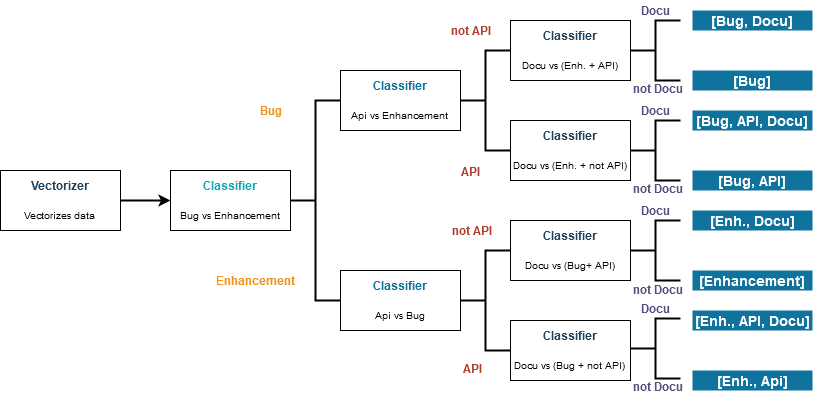
Above: treeLogic.png in T0B1K/IssueClassifier (draw.io), before the change. Source tidied: cells renumbered, new cells last; positions are measured from the earlier drawing's top-left corner, leaving out a move shared by most shapes.
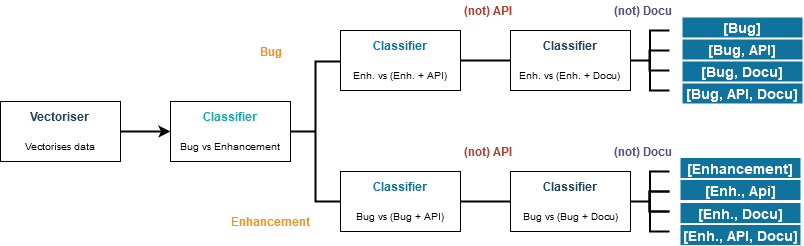
The same diagram one commit later.

What changed in the source:
```diff
@@ -3,118 +3,91 @@
     <mxCell id="0" />
     <mxCell id="1" parent="0" />
     <mxCell id="2" style="strokeWidth=2;html=1;shape=mxgraph.flowchart.annotation_2;align=left;labelPosition=right;" parent="1" vertex="1">
-      <mxGeometry x="290" y="100" width="50" height="200" as="geometry" />
+      <mxGeometry x="290" y="130" width="50" height="140" as="geometry" />
     </mxCell>
-    <mxCell id="3" value="&lt;font style=&quot;font-size: 10px&quot;&gt;&lt;font style=&quot;font-size: 12px&quot; color=&quot;#10739E&quot;&gt;&lt;b&gt;Classifier&lt;/b&gt;&lt;/font&gt;&lt;br&gt;&lt;br&gt;&lt;font size=&quot;1&quot;&gt;Api vs Enhancement&lt;/font&gt;&lt;br&gt;&lt;/font&gt;" style="whiteSpace=wrap;html=1;" parent="1" vertex="1">
-      <mxGeometry x="340" y="70" width="120" height="60" as="geometry" />
+    <mxCell id="3" value="&lt;font style=&quot;font-size: 10px&quot;&gt;&lt;font style=&quot;font-size: 12px&quot; color=&quot;#10739E&quot;&gt;&lt;b&gt;Classifier&lt;/b&gt;&lt;/font&gt;&lt;br&gt;&lt;br&gt;&lt;font size=&quot;1&quot;&gt;Enh. vs &lt;/font&gt;&lt;/font&gt;&lt;font style=&quot;font-size: 10px&quot;&gt;&lt;font size=&quot;1&quot;&gt;&lt;font style=&quot;font-size: 10px&quot;&gt;&lt;font size=&quot;1&quot;&gt;(Enh. + API)&lt;/font&gt;&lt;/font&gt;&lt;/font&gt;&lt;/font&gt;" style="whiteSpace=wrap;html=1;" parent="1" vertex="1">
+      <mxGeometry x="340" y="99" width="120" height="60" as="geometry" />
     </mxCell>
-    <mxCell id="4" value="&lt;font style=&quot;font-size: 10px&quot;&gt;&lt;font style=&quot;font-size: 12px&quot; color=&quot;#10739E&quot;&gt;&lt;b&gt;Classifier&lt;/b&gt;&lt;/font&gt;&lt;br&gt;&lt;br&gt;&lt;font size=&quot;1&quot;&gt;Api vs Bug&lt;/font&gt;&lt;br&gt;&lt;/font&gt;" style="whiteSpace=wrap;html=1;" parent="1" vertex="1">
-      <mxGeometry x="340" y="270" width="120" height="60" as="geometry" />
+    <mxCell id="4" value="&lt;font style=&quot;font-size: 10px&quot;&gt;&lt;font style=&quot;font-size: 12px&quot; color=&quot;#10739E&quot;&gt;&lt;b&gt;Classifier&lt;/b&gt;&lt;/font&gt;&lt;br&gt;&lt;/font&gt;&lt;font style=&quot;font-size: 10px&quot;&gt;&lt;font style=&quot;font-size: 10px&quot;&gt;&lt;br&gt;&lt;/font&gt;&lt;font style=&quot;font-size: 10px&quot;&gt;&lt;font size=&quot;1&quot;&gt;&lt;font style=&quot;font-size: 10px&quot;&gt;&lt;font size=&quot;1&quot;&gt;Bug&lt;/font&gt;&lt;/font&gt; vs (Bug + API&lt;/font&gt;)&lt;/font&gt;&lt;/font&gt;" style="whiteSpace=wrap;html=1;" parent="1" vertex="1">
+      <mxGeometry x="340" y="240" width="120" height="60" as="geometry" />
     </mxCell>
     <mxCell id="5" value="&lt;font style=&quot;font-size: 10px&quot;&gt;&lt;font style=&quot;font-size: 12px&quot; color=&quot;#12AAB5&quot;&gt;&lt;b&gt;Classifier&lt;/b&gt;&lt;/font&gt;&lt;br&gt;&lt;br&gt;&lt;font size=&quot;1&quot;&gt;Bug vs Enhancement&lt;/font&gt;&lt;br&gt;&lt;/font&gt;" style="whiteSpace=wrap;html=1;" parent="1" vertex="1">
       <mxGeometry x="170" y="170" width="120" height="60" as="geometry" />
     </mxCell>
     <mxCell id="6" value="&lt;b&gt;&lt;font color=&quot;#F2931E&quot;&gt;Bug&lt;/font&gt;&lt;/b&gt;" style="text;html=1;align=center;verticalAlign=middle;" parent="1" vertex="1">
-      <mxGeometry x="250" y="100" width="40" height="20" as="geometry" />
+      <mxGeometry x="250" y="110" width="40" height="20" as="geometry" />
     </mxCell>
     <mxCell id="7" value="&lt;font color=&quot;#F2931E&quot;&gt;E&lt;b&gt;nhancement&lt;/b&gt;&lt;/font&gt;" style="text;html=1;align=center;verticalAlign=middle;" parent="1" vertex="1">
-      <mxGeometry x="210" y="270" width="90" height="20" as="geometry" />
+      <mxGeometry x="225" y="280" width="90" height="20" as="geometry" />
     </mxCell>
-    <mxCell id="8" style="strokeWidth=2;html=1;shape=mxgraph.flowchart.annotation_2;align=left;labelPosition=right;" parent="1" vertex="1">
-      <mxGeometry x="460" y="50" width="50" height="100" as="geometry" />
-    </mxCell>
-    <mxCell id="9" style="strokeWidth=2;html=1;shape=mxgraph.flowchart.annotation_2;align=left;labelPosition=right;" parent="1" vertex="1">
-      <mxGeometry x="460" y="250" width="50" height="100" as="geometry" />
-    </mxCell>
-    <mxCell id="10" value="&lt;font style=&quot;font-size: 10px&quot;&gt;&lt;font style=&quot;font-size: 12px&quot; color=&quot;#23445D&quot;&gt;&lt;b&gt;Classifier&lt;/b&gt;&lt;/font&gt;&lt;br&gt;&lt;br&gt;&lt;font size=&quot;1&quot;&gt;Docu vs (Enh. + API&lt;/font&gt;)&lt;br&gt;&lt;/font&gt;" style="whiteSpace=wrap;html=1;" parent="1" vertex="1">
-      <mxGeometry x="510" y="20" width="120" height="60" as="geometry" />
+    <mxCell id="10" value="&lt;font style=&quot;font-size: 10px&quot;&gt;&lt;font style=&quot;font-size: 12px&quot; color=&quot;#23445D&quot;&gt;&lt;b&gt;Classifier&lt;/b&gt;&lt;/font&gt;&lt;br&gt;&lt;br&gt;&lt;font size=&quot;1&quot;&gt;Enh. vs (Enh. + Docu&lt;/font&gt;)&lt;br&gt;&lt;/font&gt;" style="whiteSpace=wrap;html=1;" parent="1" vertex="1">
+      <mxGeometry x="510" y="99" width="120" height="60" as="geometry" />
     </mxCell>
-    <mxCell id="11" value="&lt;font style=&quot;font-size: 10px&quot;&gt;&lt;font style=&quot;font-size: 12px&quot; color=&quot;#23445D&quot;&gt;&lt;b&gt;Classifier&lt;/b&gt;&lt;/font&gt;&lt;br&gt;&lt;br&gt;&lt;font size=&quot;1&quot;&gt;Docu vs (Enh. + not API)&lt;/font&gt;&lt;br&gt;&lt;/font&gt;" style="whiteSpace=wrap;html=1;" parent="1" vertex="1">
-      <mxGeometry x="510" y="120" width="120" height="60" as="geometry" />
-    </mxCell>
-    <mxCell id="12" value="&lt;font style=&quot;font-size: 10px&quot;&gt;&lt;font style=&quot;font-size: 12px&quot; color=&quot;#23445D&quot;&gt;&lt;b&gt;Classifier&lt;/b&gt;&lt;/font&gt;&lt;br&gt;&lt;br&gt;&lt;font size=&quot;1&quot;&gt;Docu vs (&lt;/font&gt;&lt;/font&gt;&lt;font style=&quot;font-size: 10px&quot;&gt;&lt;font size=&quot;1&quot;&gt;&lt;font style=&quot;font-size: 10px&quot;&gt;&lt;font size=&quot;1&quot;&gt;Bug+ API)&lt;br&gt;&lt;/font&gt;&lt;/font&gt;&lt;/font&gt;&lt;/font&gt;" style="whiteSpace=wrap;html=1;" parent="1" vertex="1">
-      <mxGeometry x="510" y="220" width="120" height="60" as="geometry" />
+    <mxCell id="12" value="&lt;font style=&quot;font-size: 10px&quot;&gt;&lt;font style=&quot;font-size: 12px&quot; color=&quot;#23445D&quot;&gt;&lt;b&gt;Classifier&lt;/b&gt;&lt;/font&gt;&lt;br&gt;&lt;br&gt;&lt;/font&gt;&lt;font style=&quot;font-size: 10px&quot;&gt;&lt;font size=&quot;1&quot;&gt;&lt;font style=&quot;font-size: 10px&quot;&gt;&lt;font size=&quot;1&quot;&gt;Bug&lt;/font&gt;&lt;/font&gt; vs (Bug + Docu&lt;/font&gt;)&lt;/font&gt;" style="whiteSpace=wrap;html=1;" parent="1" vertex="1">
+      <mxGeometry x="510" y="240" width="120" height="60" as="geometry" />
     </mxCell>
-    <mxCell id="13" value="&lt;font style=&quot;font-size: 10px&quot;&gt;&lt;font style=&quot;font-size: 12px&quot; color=&quot;#23445D&quot;&gt;&lt;b&gt;Classifier&lt;/b&gt;&lt;/font&gt;&lt;br&gt;&lt;br&gt;&lt;font size=&quot;1&quot;&gt;Docu vs (Bug + not API)&lt;/font&gt;&lt;br&gt;&lt;/font&gt;" style="whiteSpace=wrap;html=1;" parent="1" vertex="1">
-      <mxGeometry x="510" y="320" width="120" height="60" as="geometry" />
-    </mxCell>
-    <mxCell id="14" value="&lt;b&gt;&lt;font color=&quot;#AE4132&quot;&gt;API&lt;/font&gt;&lt;/b&gt;" style="text;html=1;align=center;verticalAlign=middle;" parent="1" vertex="1">
-      <mxGeometry x="450" y="161" width="40" height="20" as="geometry" />
-    </mxCell>
-    <mxCell id="15" value="&lt;div&gt;&lt;b&gt;&lt;font color=&quot;#AE4132&quot;&gt;not API&lt;/font&gt;&lt;/b&gt;&lt;/div&gt;" style="text;html=1;align=center;verticalAlign=middle;" parent="1" vertex="1">
-      <mxGeometry x="440" y="20" width="60" height="20" as="geometry" />
+    <mxCell id="15" value="&lt;div&gt;&lt;b&gt;&lt;font color=&quot;#AE4132&quot;&gt;(not) API&lt;/font&gt;&lt;/b&gt;&lt;/div&gt;" style="text;html=1;align=center;verticalAlign=middle;" parent="1" vertex="1">
+      <mxGeometry x="452" y="69" width="70" height="20" as="geometry" />
     </mxCell>
-    <mxCell id="16" value="&lt;b&gt;&lt;font color=&quot;#AE4132&quot;&gt;not API&lt;/font&gt;&lt;/b&gt;" style="text;html=1;align=center;verticalAlign=middle;" parent="1" vertex="1">
-      <mxGeometry x="441" y="220" width="60" height="20" as="geometry" />
+    <mxCell id="16" value="&lt;b&gt;&lt;font color=&quot;#AE4132&quot;&gt;(&lt;/font&gt;&lt;/b&gt;&lt;b&gt;&lt;font color=&quot;#AE4132&quot;&gt;not) API&lt;/font&gt;&lt;/b&gt;" style="text;html=1;align=center;verticalAlign=middle;" parent="1" vertex="1">
+      <mxGeometry x="452" y="210" width="70" height="20" as="geometry" />
     </mxCell>
-    <mxCell id="17" value="&lt;b&gt;&lt;font color=&quot;#AE4132&quot;&gt;API&lt;/font&gt;&lt;/b&gt;" style="text;html=1;align=center;verticalAlign=middle;" parent="1" vertex="1">
-      <mxGeometry x="452" y="358" width="40" height="20" as="geometry" />
-    </mxCell>
-    <mxCell id="18" style="strokeWidth=2;html=1;shape=mxgraph.flowchart.annotation_2;align=left;labelPosition=right;fillColor=#10739E;" parent="1" vertex="1">
-      <mxGeometry x="630" y="120" width="50" height="60" as="geometry" />
-    </mxCell>
-    <mxCell id="19" style="strokeWidth=2;html=1;shape=mxgraph.flowchart.annotation_2;align=left;labelPosition=right;fillColor=#10739E;" parent="1" vertex="1">
-      <mxGeometry x="630" y="20" width="50" height="60" as="geometry" />
-    </mxCell>
-    <mxCell id="20" style="strokeWidth=2;html=1;shape=mxgraph.flowchart.annotation_2;align=left;labelPosition=right;fillColor=#10739E;" parent="1" vertex="1">
-      <mxGeometry x="630" y="220" width="50" height="60" as="geometry" />
-    </mxCell>
-    <mxCell id="21" style="strokeWidth=2;html=1;shape=mxgraph.flowchart.annotation_2;align=left;labelPosition=right;fillColor=#10739E;" parent="1" vertex="1">
-      <mxGeometry x="630" y="318" width="50" height="60" as="geometry" />
-    </mxCell>
-    <mxCell id="22" value="&lt;b&gt;&lt;font color=&quot;#56517E&quot;&gt;Docu&lt;/font&gt;&lt;/b&gt;" style="text;html=1;align=center;verticalAlign=middle;" parent="1" vertex="1">
-      <mxGeometry x="630" width="50" height="20" as="geometry" />
-    </mxCell>
-    <mxCell id="23" value="&lt;b&gt;&lt;font color=&quot;#56517E&quot;&gt;not Docu&lt;br&gt;&lt;/font&gt;&lt;/b&gt;" style="text;html=1;align=center;verticalAlign=middle;" parent="1" vertex="1">
-      <mxGeometry x="622" y="78" width="70" height="20" as="geometry" />
+    <mxCell id="23" value="&lt;b&gt;&lt;font color=&quot;#56517E&quot;&gt;(&lt;/font&gt;&lt;/b&gt;&lt;b&gt;&lt;font color=&quot;#56517E&quot;&gt;not) Docu&lt;br&gt;&lt;/font&gt;&lt;/b&gt;" style="text;html=1;align=center;verticalAlign=middle;" parent="1" vertex="1">
+      <mxGeometry x="602" y="69" width="80" height="20" as="geometry" />
     </mxCell>
-    <mxCell id="24" value="&lt;b&gt;&lt;font color=&quot;#56517E&quot;&gt;Docu&lt;/font&gt;&lt;/b&gt;" style="text;html=1;align=center;verticalAlign=middle;" parent="1" vertex="1">
-      <mxGeometry x="630" y="100" width="50" height="20" as="geometry" />
-    </mxCell>
-    <mxCell id="25" value="&lt;b&gt;&lt;font color=&quot;#56517E&quot;&gt;Docu&lt;/font&gt;&lt;/b&gt;" style="text;html=1;align=center;verticalAlign=middle;" parent="1" vertex="1">
-      <mxGeometry x="630" y="200" width="50" height="20" as="geometry" />
-    </mxCell>
-    <mxCell id="26" value="&lt;b&gt;&lt;font color=&quot;#56517E&quot;&gt;Docu&lt;/font&gt;&lt;/b&gt;" style="text;html=1;align=center;verticalAlign=middle;" parent="1" vertex="1">
-      <mxGeometry x="630" y="298" width="50" height="20" as="geometry" />
-    </mxCell>
-    <mxCell id="27" value="&lt;b&gt;&lt;font color=&quot;#56517E&quot;&gt;not Docu&lt;br&gt;&lt;/font&gt;&lt;/b&gt;" style="text;html=1;align=center;verticalAlign=middle;" parent="1" vertex="1">
-      <mxGeometry x="622" y="178" width="70" height="20" as="geometry" />
-    </mxCell>
-    <mxCell id="28" value="&lt;b&gt;&lt;font color=&quot;#56517E&quot;&gt;not Docu&lt;br&gt;&lt;/font&gt;&lt;/b&gt;" style="text;html=1;align=center;verticalAlign=middle;" parent="1" vertex="1">
-      <mxGeometry x="622" y="279" width="70" height="20" as="geometry" />
-    </mxCell>
-    <mxCell id="29" value="&lt;b&gt;&lt;font color=&quot;#56517E&quot;&gt;not Docu&lt;br&gt;&lt;/font&gt;&lt;/b&gt;" style="text;html=1;align=center;verticalAlign=middle;" parent="1" vertex="1">
-      <mxGeometry x="622" y="376" width="70" height="20" as="geometry" />
-    </mxCell>
     <mxCell id="30" value="&lt;font style=&quot;font-size: 14px&quot;&gt;&lt;b&gt;&lt;font style=&quot;font-size: 14px&quot; color=&quot;#FFFFFF&quot;&gt;[Bug, Docu]&lt;/font&gt;&lt;/b&gt;&lt;/font&gt;" style="whiteSpace=wrap;html=1;fillColor=#10739E;strokeWidth=2;strokeColor=none;" parent="1" vertex="1">
-      <mxGeometry x="692" y="10" width="120" height="20" as="geometry" />
+      <mxGeometry x="682" y="130" width="120" height="20" as="geometry" />
     </mxCell>
     <mxCell id="31" value="&lt;font style=&quot;font-size: 14px&quot;&gt;&lt;b&gt;&lt;font style=&quot;font-size: 14px&quot; color=&quot;#FFFFFF&quot;&gt;[Bug]&lt;/font&gt;&lt;/b&gt;&lt;/font&gt;" style="whiteSpace=wrap;html=1;fillColor=#10739E;strokeWidth=2;strokeColor=none;" parent="1" vertex="1">
-      <mxGeometry x="692" y="70" width="120" height="20" as="geometry" />
+      <mxGeometry x="682" y="86" width="120" height="20" as="geometry" />
     </mxCell>
     <mxCell id="32" value="&lt;font style=&quot;font-size: 14px&quot;&gt;&lt;b&gt;&lt;font style=&quot;font-size: 14px&quot; color=&quot;#FFFFFF&quot;&gt;[Bug, API, Docu]&lt;/font&gt;&lt;/b&gt;&lt;/font&gt;" style="whiteSpace=wrap;html=1;fillColor=#10739E;strokeWidth=2;strokeColor=none;" parent="1" vertex="1">
-      <mxGeometry x="692" y="110" width="120" height="20" as="geometry" />
+      <mxGeometry x="682" y="152" width="120" height="20" as="geometry" />
     </mxCell>
     <mxCell id="33" value="&lt;font style=&quot;font-size: 14px&quot;&gt;&lt;b&gt;&lt;font style=&quot;font-size: 14px&quot; color=&quot;#FFFFFF&quot;&gt;[Bug, API]&lt;br&gt;&lt;/font&gt;&lt;/b&gt;&lt;/font&gt;" style="whiteSpace=wrap;html=1;fillColor=#10739E;strokeWidth=2;strokeColor=none;" parent="1" vertex="1">
-      <mxGeometry x="692" y="170" width="120" height="20" as="geometry" />
+      <mxGeometry x="682" y="108" width="120" height="20" as="geometry" />
     </mxCell>
     <mxCell id="34" value="&lt;font style=&quot;font-size: 14px&quot;&gt;&lt;b&gt;&lt;font style=&quot;font-size: 14px&quot; color=&quot;#FFFFFF&quot;&gt;[Enh., Docu]&lt;/font&gt;&lt;/b&gt;&lt;/font&gt;" style="whiteSpace=wrap;html=1;fillColor=#10739E;strokeWidth=2;strokeColor=none;" parent="1" vertex="1">
-      <mxGeometry x="692" y="210" width="120" height="20" as="geometry" />
+      <mxGeometry x="680" y="271.5" width="120" height="20" as="geometry" />
     </mxCell>
     <mxCell id="35" value="&lt;font style=&quot;font-size: 14px&quot;&gt;&lt;b&gt;&lt;font style=&quot;font-size: 14px&quot; color=&quot;#FFFFFF&quot;&gt;[Enhancement]&lt;/font&gt;&lt;/b&gt;&lt;/font&gt;" style="whiteSpace=wrap;html=1;fillColor=#10739E;strokeWidth=2;strokeColor=none;" parent="1" vertex="1">
-      <mxGeometry x="692" y="270" width="120" height="20" as="geometry" />
+      <mxGeometry x="680" y="226.5" width="120" height="20" as="geometry" />
     </mxCell>
     <mxCell id="36" value="&lt;font style=&quot;font-size: 14px&quot;&gt;&lt;b&gt;&lt;font style=&quot;font-size: 14px&quot; color=&quot;#FFFFFF&quot;&gt;[Enh., API, Docu]&lt;/font&gt;&lt;/b&gt;&lt;/font&gt;" style="whiteSpace=wrap;html=1;fillColor=#10739E;strokeWidth=2;strokeColor=none;" parent="1" vertex="1">
-      <mxGeometry x="692" y="310" width="120" height="20" as="geometry" />
+      <mxGeometry x="680" y="293.5" width="120" height="20" as="geometry" />
     </mxCell>
     <mxCell id="37" value="&lt;font style=&quot;font-size: 14px&quot;&gt;&lt;b&gt;&lt;font style=&quot;font-size: 14px&quot; color=&quot;#FFFFFF&quot;&gt;[Enh., Api]&lt;/font&gt;&lt;/b&gt;&lt;/font&gt;" style="whiteSpace=wrap;html=1;fillColor=#10739E;strokeWidth=2;strokeColor=none;" parent="1" vertex="1">
-      <mxGeometry x="692" y="370" width="120" height="20" as="geometry" />
+      <mxGeometry x="680" y="248.5" width="120" height="20" as="geometry" />
     </mxCell>
     <mxCell id="38" style="edgeStyle=orthogonalEdgeStyle;rounded=0;jettySize=auto;html=1;entryX=0;entryY=0.5;entryDx=0;entryDy=0;strokeWidth=2;" parent="1" edge="1" source="39" target="5">
       <mxGeometry relative="1" as="geometry" />
     </mxCell>
-    <mxCell id="39" value="&lt;font style=&quot;font-size: 10px&quot;&gt;&lt;font style=&quot;font-size: 12px&quot; color=&quot;#23445D&quot;&gt;&lt;b&gt;Vectorizer&lt;/b&gt;&lt;/font&gt;&lt;br&gt;&lt;br&gt;&lt;font size=&quot;1&quot;&gt;Vectorizes data&lt;/font&gt;&lt;br&gt;&lt;/font&gt;" style="whiteSpace=wrap;html=1;" parent="1" vertex="1">
+    <mxCell id="39" value="&lt;font style=&quot;font-size: 10px&quot;&gt;&lt;font style=&quot;font-size: 12px&quot; color=&quot;#23445D&quot;&gt;&lt;b&gt;Vectoriser&lt;/b&gt;&lt;/font&gt;&lt;br&gt;&lt;br&gt;&lt;font size=&quot;1&quot;&gt;Vectorises data&lt;/font&gt;&lt;br&gt;&lt;/font&gt;" style="whiteSpace=wrap;html=1;" parent="1" vertex="1">
       <mxGeometry y="170" width="120" height="60" as="geometry" />
     </mxCell>
+    <mxCell id="40" style="endArrow=none;html=1;exitX=1;exitY=0.5;exitDx=0;exitDy=0;entryX=0;entryY=0.5;entryDx=0;entryDy=0;strokeWidth=2;" parent="1" edge="1" source="3" target="10">
+      <mxGeometry relative="1" as="geometry" />
+    </mxCell>
+    <mxCell id="41" style="endArrow=none;html=1;exitX=1;exitY=0.5;exitDx=0;exitDy=0;entryX=0;entryY=0.5;entryDx=0;entryDy=0;strokeWidth=2;" parent="1" edge="1" source="4" target="12">
+      <mxGeometry relative="1" as="geometry" />
+    </mxCell>
+    <mxCell id="42" value="&lt;b&gt;&lt;font color=&quot;#56517E&quot;&gt;(&lt;/font&gt;&lt;/b&gt;&lt;b&gt;&lt;font color=&quot;#56517E&quot;&gt;not) Docu&lt;br&gt;&lt;/font&gt;&lt;/b&gt;" style="text;html=1;align=center;verticalAlign=middle;" parent="1" vertex="1">
+      <mxGeometry x="602" y="210" width="80" height="20" as="geometry" />
+    </mxCell>
+    <mxCell id="43" style="strokeWidth=2;html=1;shape=mxgraph.flowchart.annotation_2;align=left;labelPosition=right;" parent="1" vertex="1">
+      <mxGeometry x="630" y="99" width="39" height="60" as="geometry" />
+    </mxCell>
+    <mxCell id="44" style="strokeWidth=2;html=1;shape=mxgraph.flowchart.annotation_1;align=left;" parent="1" vertex="1">
+      <mxGeometry x="649" y="260" width="20" height="20" as="geometry" />
+    </mxCell>
+    <mxCell id="45" style="strokeWidth=2;html=1;shape=mxgraph.flowchart.annotation_2;align=left;labelPosition=right;" parent="1" vertex="1">
+      <mxGeometry x="630" y="240" width="39" height="60" as="geometry" />
+    </mxCell>
+    <mxCell id="46" style="strokeWidth=2;html=1;shape=mxgraph.flowchart.annotation_1;align=left;" parent="1" vertex="1">
+      <mxGeometry x="649" y="260" width="20" height="20" as="geometry" />
+    </mxCell>
+    <mxCell id="47" style="strokeWidth=2;html=1;shape=mxgraph.flowchart.annotation_1;align=left;" parent="1" vertex="1">
+      <mxGeometry x="649" y="119" width="20" height="20" as="geometry" />
+    </mxCell>
   </root>
 </mxGraphModel>
```
